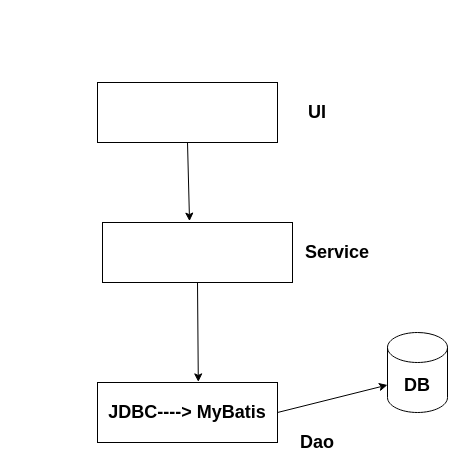
Above: crud-express1/SMM framework.drawio in gitofding/first_repository (draw.io), before the change. Source tidied: cells renumbered, new cells numbered last; positions are measured from the earlier drawing's top-left corner, leaving out a move shared by most shapes. Both pictures are drawn from the tidied source at 100%, with x=0, y=0 at pixel (97, 82).
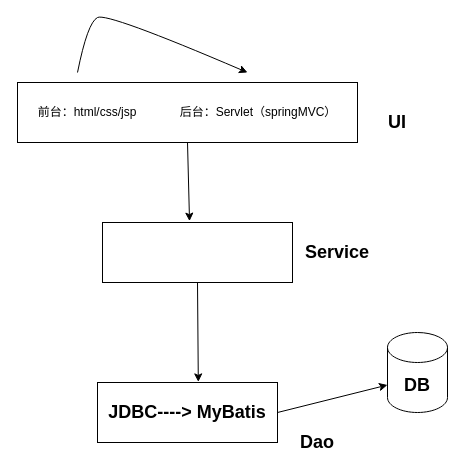
Above is the later version.

Diff of the diagram source:
```diff
@@
 <mxGraphModel>
   <root>
     <mxCell id="0" />
     <mxCell id="1" parent="0" />
-    <mxCell id="2" style="rounded=0;whiteSpace=wrap;html=1;" parent="1" vertex="1">
-      <mxGeometry width="180" height="60" as="geometry" />
+    <mxCell id="2" value="前台：html/css/jsp&amp;nbsp; &amp;nbsp; &amp;nbsp; &amp;nbsp; &amp;nbsp; &amp;nbsp; &amp;nbsp;后台：Servlet（springMVC）" style="rounded=0;whiteSpace=wrap;html=1;" parent="1" vertex="1">
+      <mxGeometry x="-80" width="340" height="60" as="geometry" />
     </mxCell>
     <mxCell id="3" style="rounded=0;whiteSpace=wrap;html=1;" parent="1" vertex="1">
       <mxGeometry x="5" y="140" width="190" height="60" as="geometry" />
     </mxCell>
     <mxCell id="4" value="&lt;b&gt;&lt;font style=&quot;font-size: 18px&quot;&gt;JDBC----&amp;gt; MyBatis&lt;/font&gt;&lt;/b&gt;" style="rounded=0;whiteSpace=wrap;html=1;" parent="1" vertex="1">
       <mxGeometry y="300" width="180" height="60" as="geometry" />
     </mxCell>
     <mxCell id="5" value="&lt;b&gt;&lt;font style=&quot;font-size: 18px&quot;&gt;DB&lt;/font&gt;&lt;/b&gt;" style="shape=cylinder3;whiteSpace=wrap;html=1;boundedLbl=1;backgroundOutline=1;size=15;" parent="1" vertex="1">
       <mxGeometry x="290" y="250" width="60" height="80" as="geometry" />
     </mxCell>
     <mxCell id="6" style="endArrow=classic;html=1;exitX=0.5;exitY=1;exitDx=0;exitDy=0;entryX=0.458;entryY=-0.023;entryDx=0;entryDy=0;entryPerimeter=0;" parent="1" edge="1" source="2" target="3">
       <mxGeometry relative="1" as="geometry" />
     </mxCell>
     <mxCell id="7" style="endArrow=classic;html=1;exitX=0.5;exitY=1;exitDx=0;exitDy=0;entryX=0.56;entryY=-0.01;entryDx=0;entryDy=0;entryPerimeter=0;" parent="1" edge="1" source="3" target="4">
       <mxGeometry relative="1" as="geometry" />
     </mxCell>
     <mxCell id="8" style="endArrow=classic;html=1;exitX=1;exitY=0.5;exitDx=0;exitDy=0;entryX=0;entryY=0;entryDx=0;entryDy=52.5;entryPerimeter=0;" parent="1" edge="1" source="4" target="5">
       <mxGeometry relative="1" as="geometry" />
     </mxCell>
     <mxCell id="9" value="&lt;b&gt;&lt;font style=&quot;font-size: 18px&quot;&gt;UI&lt;/font&gt;&lt;/b&gt;" style="text;html=1;strokeColor=none;fillColor=none;align=center;verticalAlign=middle;whiteSpace=wrap;rounded=0;" parent="1" vertex="1">
-      <mxGeometry x="200" y="20" width="40" height="20" as="geometry" />
+      <mxGeometry x="280" y="30" width="40" height="20" as="geometry" />
     </mxCell>
     <mxCell id="10" value="&lt;b&gt;&lt;font style=&quot;font-size: 18px&quot;&gt;Service&lt;/font&gt;&lt;/b&gt;" style="text;html=1;strokeColor=none;fillColor=none;align=center;verticalAlign=middle;whiteSpace=wrap;rounded=0;" parent="1" vertex="1">
       <mxGeometry x="220" y="160" width="40" height="20" as="geometry" />
     </mxCell>
     <mxCell id="11" value="&lt;b&gt;&lt;font style=&quot;font-size: 18px&quot;&gt;Dao&lt;/font&gt;&lt;/b&gt;" style="text;html=1;strokeColor=none;fillColor=none;align=center;verticalAlign=middle;whiteSpace=wrap;rounded=0;" parent="1" vertex="1">
       <mxGeometry x="200" y="350" width="40" height="20" as="geometry" />
     </mxCell>
+    <mxCell id="12" style="curved=1;endArrow=classic;html=1;" parent="1" edge="1">
+      <mxGeometry relative="1" as="geometry">
+        <mxPoint x="-20" y="-10" as="sourcePoint" />
+        <mxPoint x="150" y="-10" as="targetPoint" />
+        <Array as="points">
+          <mxPoint x="-10" y="-60" />
+          <mxPoint x="10" y="-70" />
+        </Array>
+      </mxGeometry>
+    </mxCell>
   </root>
 </mxGraphModel>
```
